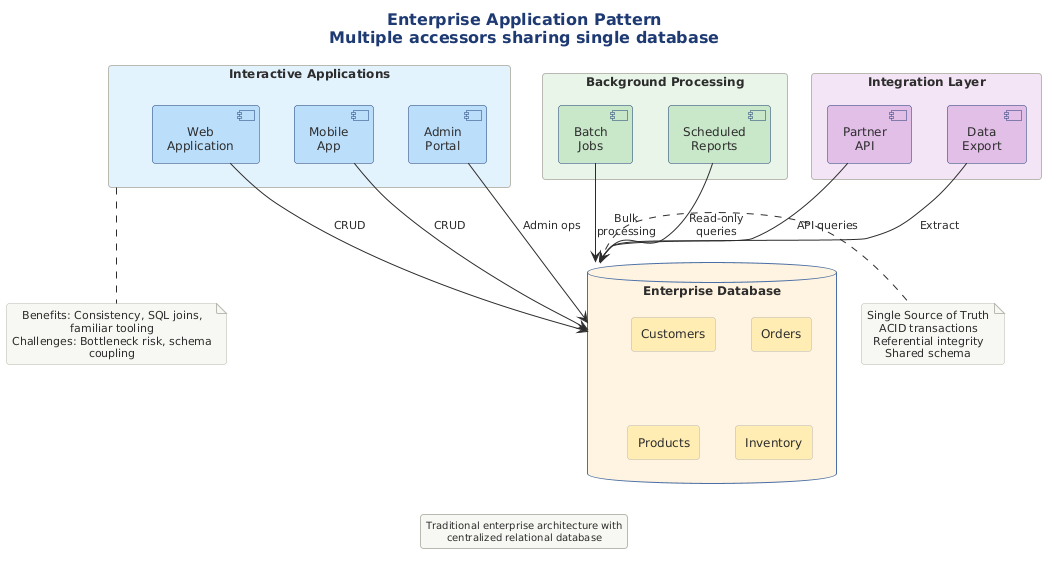
The PlantUML diagram src/architecture/views-and-beyond/style-catalogs/component-and-connector/shared-data-style/png/enterprise-app-pattern-multiple-accessors.png in Notoriousjayy/latex-docs, before a commit. The source it was exported from:
```plantuml
@startuml

title Enterprise Application Pattern\nMultiple accessors sharing single database

!include ../../../../../../tooling/styles/plantuml/structural/deployment-diagram-style.iuml

database "Enterprise Database" as db #FFF3E0 {
    rectangle "Customers" as tblCust #FFECB3
    rectangle "Orders" as tblOrders #FFECB3
    rectangle "Products" as tblProducts #FFECB3
    rectangle "Inventory" as tblInv #FFECB3
}

rectangle "Interactive Applications" as interactive #E3F2FD {
    [Web\nApplication] as webapp #BBDEFB
    [Mobile\nApp] as mobile #BBDEFB
    [Admin\nPortal] as admin #BBDEFB
}

rectangle "Background Processing" as background #E8F5E9 {
    [Batch\nJobs] as batch #C8E6C9
    [Scheduled\nReports] as reports #C8E6C9
}

rectangle "Integration Layer" as integration #F3E5F5 {
    [Partner\nAPI] as partnerApi #E1BEE7
    [Data\nExport] as export #E1BEE7
}

webapp --> db : CRUD
mobile --> db : CRUD
admin --> db : Admin ops

batch --> db : Bulk\nprocessing
reports --> db : Read-only\nqueries

partnerApi --> db : API queries
export --> db : Extract

note right of db
  Single Source of Truth
  ACID transactions
  Referential integrity
  Shared schema
end note

note bottom of interactive
  Benefits: Consistency, SQL joins, familiar tooling
  Challenges: Bottleneck risk, schema coupling
end note

legend bottom
  Traditional enterprise architecture with
  centralized relational database
endlegend

@enduml
```
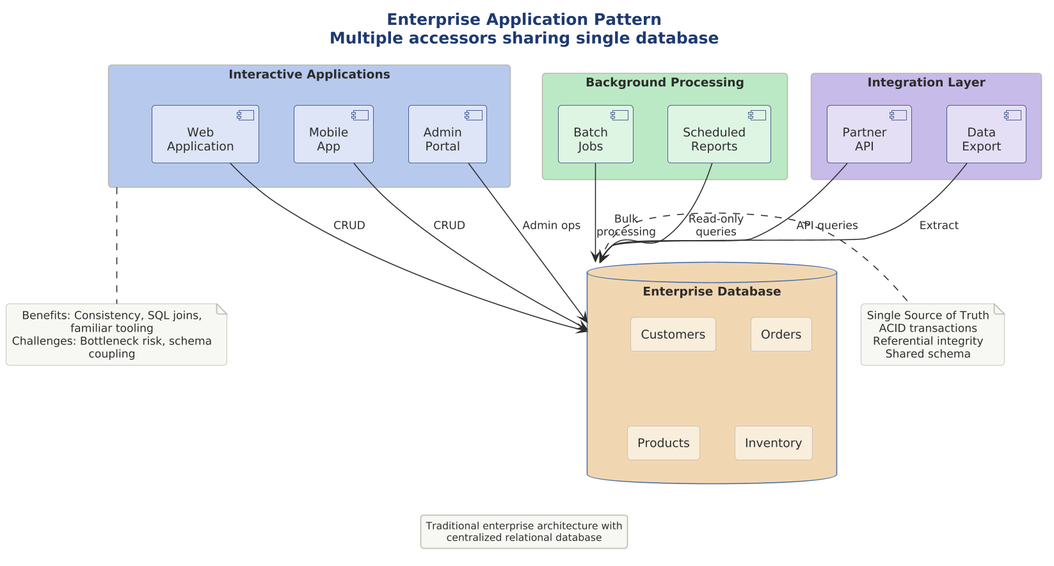
The same file after the commit.

What changed in the source:
```diff
@@ -1,30 +1,35 @@
 @startuml
+
+skinparam dpi 150
+
+
+
 
 title Enterprise Application Pattern\nMultiple accessors sharing single database
 
 !include ../../../../../../tooling/styles/plantuml/structural/deployment-diagram-style.iuml
 
-database "Enterprise Database" as db #FFF3E0 {
-    rectangle "Customers" as tblCust #FFECB3
-    rectangle "Orders" as tblOrders #FFECB3
-    rectangle "Products" as tblProducts #FFECB3
-    rectangle "Inventory" as tblInv #FFECB3
+database "Enterprise Database" as db $deep_caution {
+    rectangle "Customers" as tblCust $fill_caution
+    rectangle "Orders" as tblOrders $fill_caution
+    rectangle "Products" as tblProducts $fill_caution
+    rectangle "Inventory" as tblInv $fill_caution
 }
 
-rectangle "Interactive Applications" as interactive #E3F2FD {
-    [Web\nApplication] as webapp #BBDEFB
-    [Mobile\nApp] as mobile #BBDEFB
-    [Admin\nPortal] as admin #BBDEFB
+rectangle "Interactive Applications" as interactive $deep_primary {
+    [Web\nApplication] as webapp $fill_primary
+    [Mobile\nApp] as mobile $fill_primary
+    [Admin\nPortal] as admin $fill_primary
 }
 
-rectangle "Background Processing" as background #E8F5E9 {
-    [Batch\nJobs] as batch #C8E6C9
-    [Scheduled\nReports] as reports #C8E6C9
+rectangle "Background Processing" as background $deep_ok {
+    [Batch\nJobs] as batch $fill_ok
+    [Scheduled\nReports] as reports $fill_ok
 }
 
-rectangle "Integration Layer" as integration #F3E5F5 {
-    [Partner\nAPI] as partnerApi #E1BEE7
-    [Data\nExport] as export #E1BEE7
+rectangle "Integration Layer" as integration $deep_alt {
+    [Partner\nAPI] as partnerApi $fill_alt
+    [Data\nExport] as export $fill_alt
 }
 
 webapp --> db : CRUD
```
